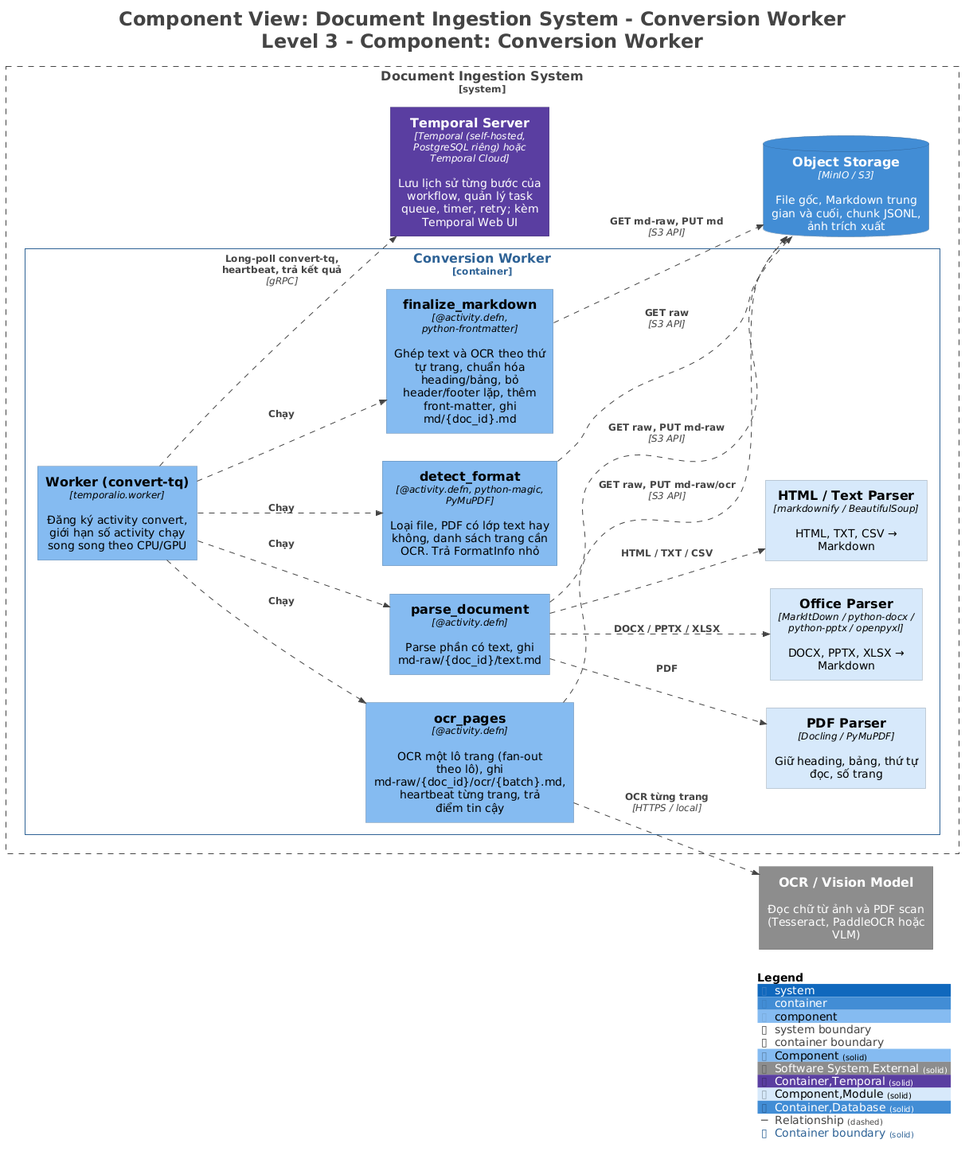
This is docs/architecture/diagrams/L3-ConversionWorker.png from duypon2601/mdDocument, a PlantUML export, as it was before one commit.
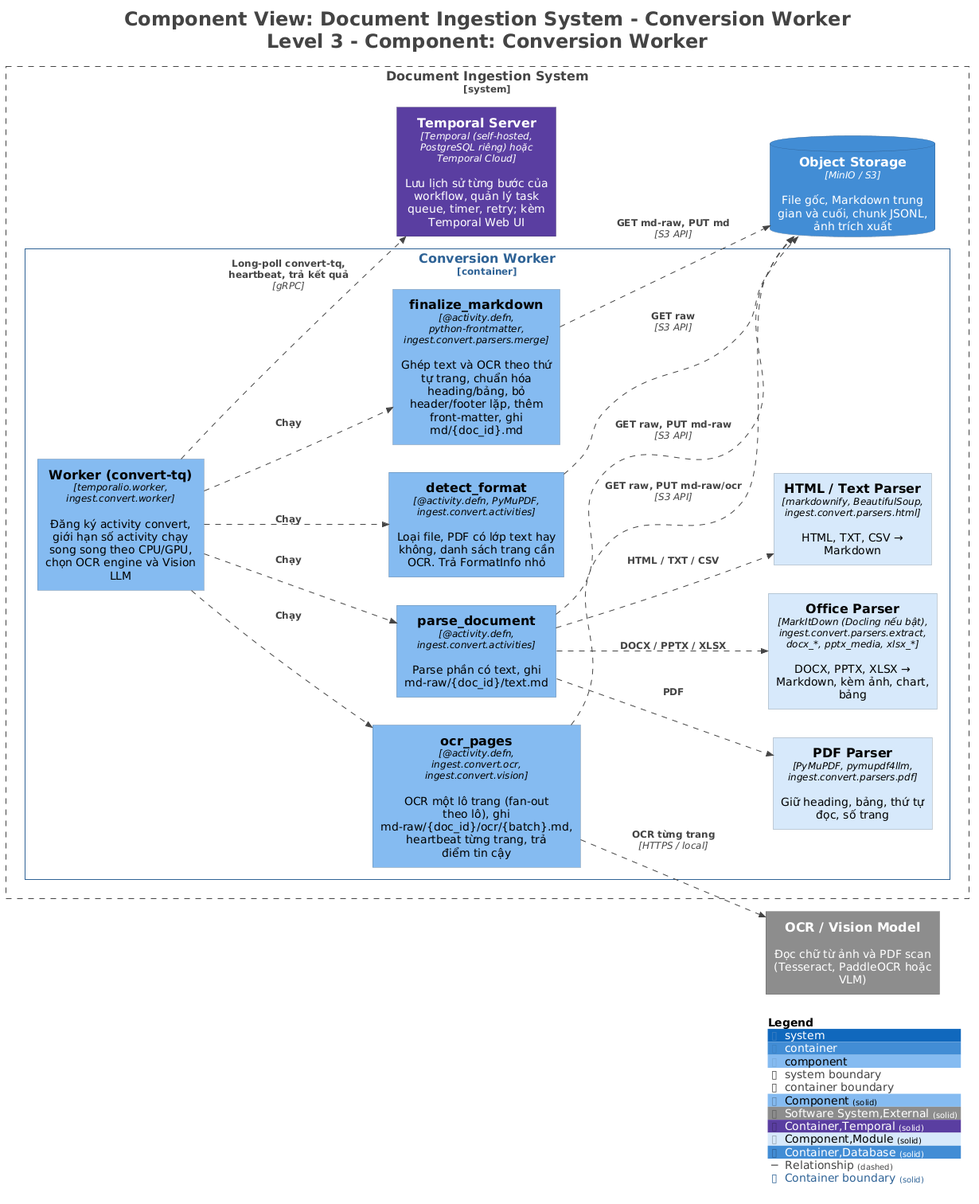
The same file after the commit.

What changed in the source:
```diff
@@ -30,14 +30,14 @@
 
 System_Boundary("DocumentIngestionSystem_boundary", "Document Ingestion System", $tags="Software System") {
   Container_Boundary("DocumentIngestionSystem.ConversionWorker_boundary", "Conversion Worker", $tags="Container") {
-    Component(DocumentIngestionSystem.ConversionWorker.Workerconverttq, "Worker (convert-tq)", $techn="temporalio.worker", $descr="Đăng ký activity convert, giới hạn số activity chạy song song theo CPU/GPU", $tags="Component", $link="")
-    Component(DocumentIngestionSystem.ConversionWorker.detect_format, "detect_format", $techn="@activity.defn, python-magic, PyMuPDF", $descr="Loại file, PDF có lớp text hay không, danh sách trang cần OCR. Trả FormatInfo nhỏ", $tags="Component", $link="")
-    Component(DocumentIngestionSystem.ConversionWorker.parse_document, "parse_document", $techn="@activity.defn", $descr="Parse phần có text, ghi md-raw/{doc_id}/text.md", $tags="Component", $link="")
-    Component(DocumentIngestionSystem.ConversionWorker.PDFParser, "PDF Parser", $techn="Docling / PyMuPDF", $descr="Giữ heading, bảng, thứ tự đọc, số trang", $tags="Component,Module", $link="")
-    Component(DocumentIngestionSystem.ConversionWorker.OfficeParser, "Office Parser", $techn="MarkItDown / python-docx / python-pptx / openpyxl", $descr="DOCX, PPTX, XLSX → Markdown", $tags="Component,Module", $link="")
-    Component(DocumentIngestionSystem.ConversionWorker.HTMLTextParser, "HTML / Text Parser", $techn="markdownify / BeautifulSoup", $descr="HTML, TXT, CSV → Markdown", $tags="Component,Module", $link="")
-    Component(DocumentIngestionSystem.ConversionWorker.ocr_pages, "ocr_pages", $techn="@activity.defn", $descr="OCR một lô trang (fan-out theo lô), ghi md-raw/{doc_id}/ocr/{batch}.md, heartbeat từng trang, trả điểm tin cậy", $tags="Component", $link="")
-    Component(DocumentIngestionSystem.ConversionWorker.finalize_markdown, "finalize_markdown", $techn="@activity.defn, python-frontmatter", $descr="Ghép text và OCR theo thứ tự trang, chuẩn hóa heading/bảng, bỏ header/footer lặp, thêm front-matter, ghi md/{doc_id}.md", $tags="Component", $link="")
+    Component(DocumentIngestionSystem.ConversionWorker.Workerconverttq, "Worker (convert-tq)", $techn="temporalio.worker, ingest.convert.worker", $descr="Đăng ký activity convert, giới hạn số activity chạy song song theo CPU/GPU, chọn OCR engine và Vision LLM", $tags="Component", $link="")
+    Component(DocumentIngestionSystem.ConversionWorker.detect_format, "detect_format", $techn="@activity.defn, PyMuPDF, ingest.convert.activities", $descr="Loại file, PDF có lớp text hay không, danh sách trang cần OCR. Trả FormatInfo nhỏ", $tags="Component", $link="")
+    Component(DocumentIngestionSystem.ConversionWorker.parse_document, "parse_document", $techn="@activity.defn, ingest.convert.activities", $descr="Parse phần có text, ghi md-raw/{doc_id}/text.md", $tags="Component", $link="")
+    Component(DocumentIngestionSystem.ConversionWorker.PDFParser, "PDF Parser", $techn="PyMuPDF, pymupdf4llm, ingest.convert.parsers.pdf", $descr="Giữ heading, bảng, thứ tự đọc, số trang", $tags="Component,Module", $link="")
+    Component(DocumentIngestionSystem.ConversionWorker.OfficeParser, "Office Parser", $techn="MarkItDown (Docling nếu bật), ingest.convert.parsers.extract, docx_*, pptx_media, xlsx_*", $descr="DOCX, PPTX, XLSX → Markdown, kèm ảnh, chart, bảng", $tags="Component,Module", $link="")
+    Component(DocumentIngestionSystem.ConversionWorker.HTMLTextParser, "HTML / Text Parser", $techn="markdownify, BeautifulSoup, ingest.convert.parsers.html", $descr="HTML, TXT, CSV → Markdown", $tags="Component,Module", $link="")
+    Component(DocumentIngestionSystem.ConversionWorker.ocr_pages, "ocr_pages", $techn="@activity.defn, ingest.convert.ocr, ingest.convert.vision", $descr="OCR một lô trang (fan-out theo lô), ghi md-raw/{doc_id}/ocr/{batch}.md, heartbeat từng trang, trả điểm tin cậy", $tags="Component", $link="")
+    Component(DocumentIngestionSystem.ConversionWorker.finalize_markdown, "finalize_markdown", $techn="@activity.defn, python-frontmatter, ingest.convert.parsers.merge", $descr="Ghép text và OCR theo thứ tự trang, chuẩn hóa heading/bảng, bỏ header/footer lặp, thêm front-matter, ghi md/{doc_id}.md", $tags="Component", $link="")
   }
 
   Container(DocumentIngestionSystem.TemporalServer, "Temporal Server", $techn="Temporal (self-hosted, PostgreSQL riêng) hoặc Temporal Cloud", $descr="Lưu lịch sử từng bước của workflow, quản lý task queue, timer, retry; kèm Temporal Web UI", $tags="Container,Temporal", $link="")
```
